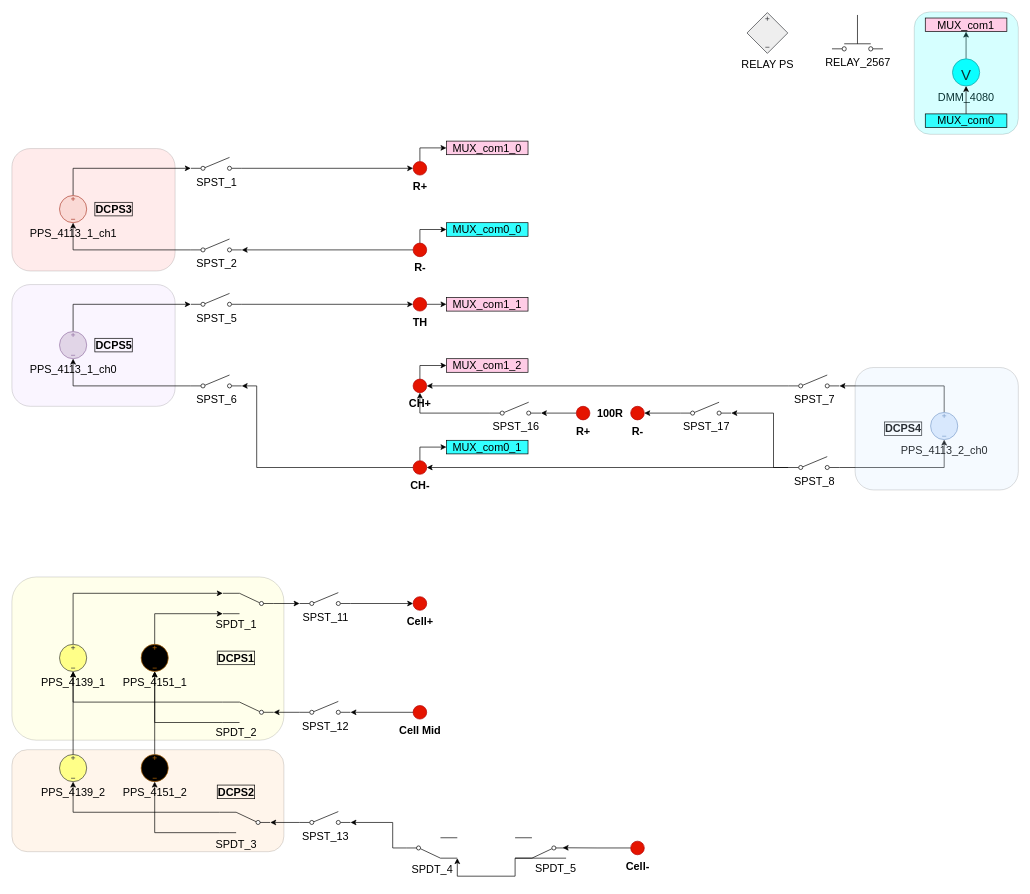
Above: BMS_device_B_6p4.drawio in ktlim-xy/draw-io (draw.io), before the change. Source tidied: cells renumbered, new cells numbered last; positions are measured from the earlier drawing's top-left corner, leaving out a move shared by most shapes. Both pictures are drawn from the tidied source at 68%, with x=0, y=0 at pixel (12, 12).
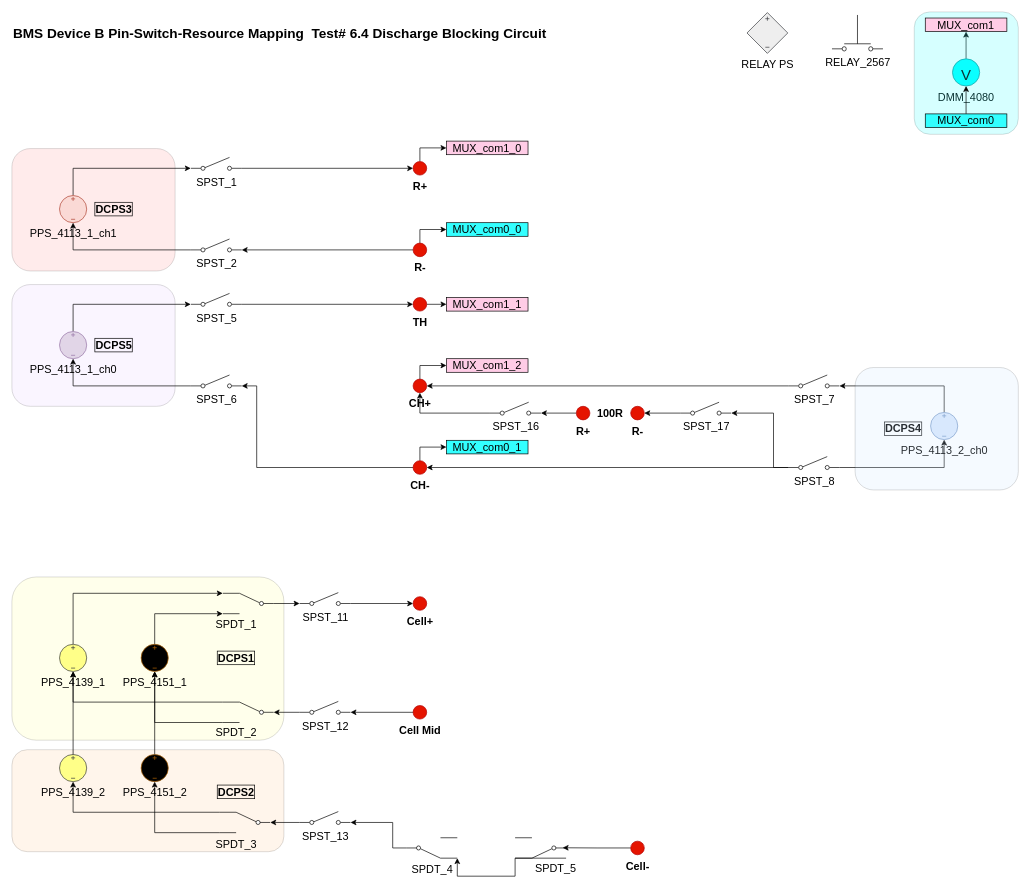
After the change.

Change to the diagram source:
```diff
@@
+    <mxCell id="101" value="&lt;b&gt;BMS Device B Pin-Switch-Resource Mapping&amp;nbsp; Test# 6.4 Discharge Blocking Circuit&lt;/b&gt;" style="text;html=1;whiteSpace=wrap;strokeColor=none;fillColor=none;align=left;verticalAlign=middle;rounded=0;fontSize=20;" parent="1" vertex="1">
+      <mxGeometry y="16" width="830" height="30" as="geometry" />
+    </mxCell>
```
